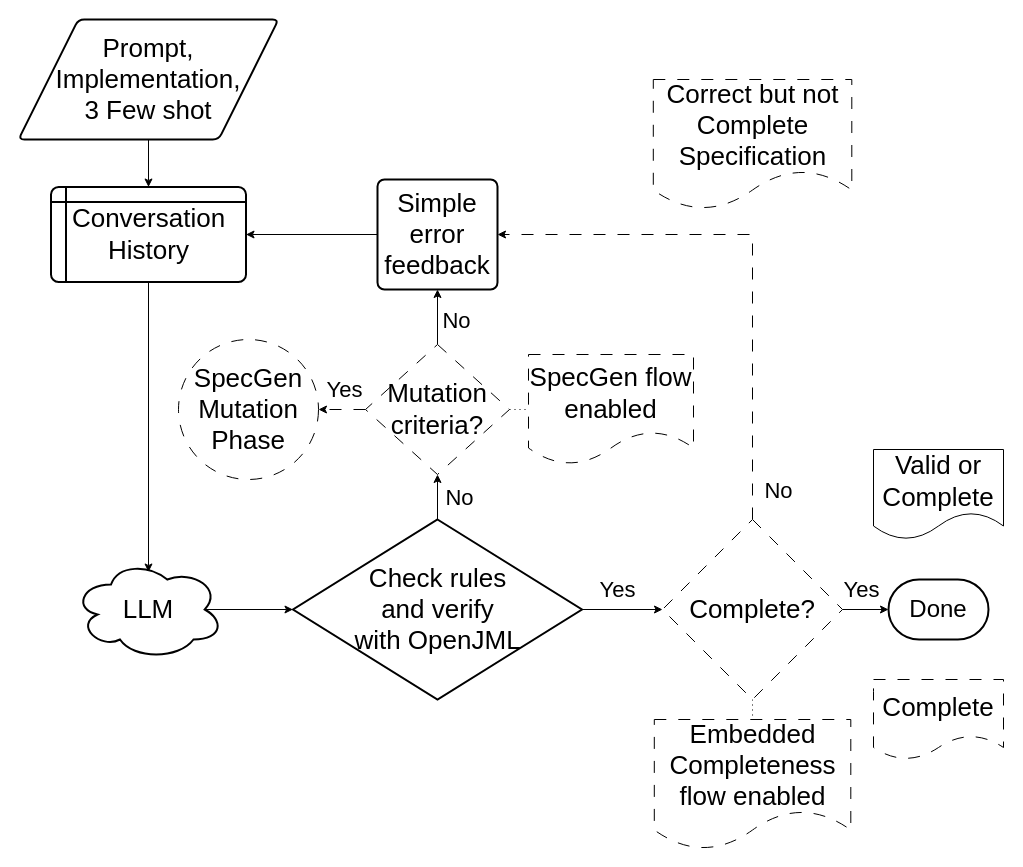
This is figures/flowcharts/Flowchart.drawio from caiovpsilveira/Postcondition-Completeness, a draw.io file, before an edit. Source tidied: cells renumbered, new cells numbered last; positions are measured from the earlier drawing's top-left corner, leaving out a move shared by most shapes. Both pictures are drawn from the tidied source at 100%, with x=0, y=0 at pixel (18, 19).
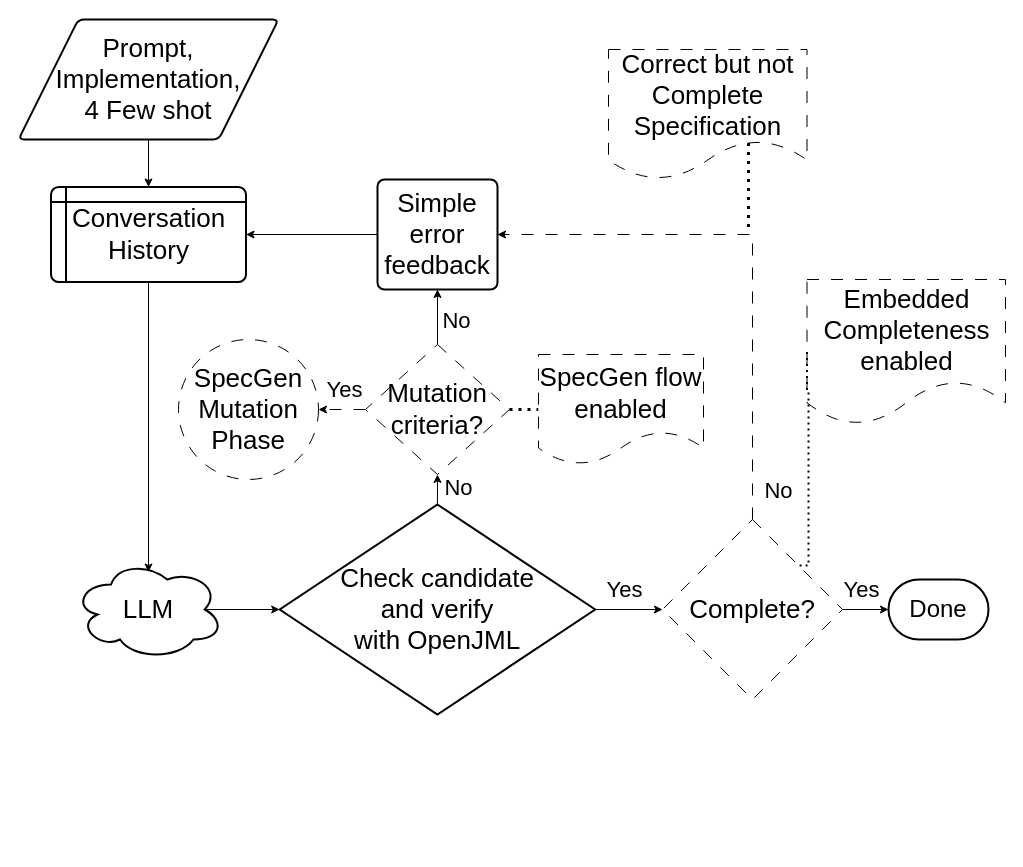
The same diagram, later.

The change refers to these unchanged cells:
```xml
<mxCell id="12" value="&lt;div&gt;&lt;font style=&quot;font-size: 26px;&quot;&gt;Mutation criteria?&lt;/font&gt;&lt;/div&gt;" style="strokeWidth=1;html=1;shape=mxgraph.flowchart.decision;whiteSpace=wrap;dashed=1;dashPattern=12 12;" parent="1" vertex="1">
  <mxGeometry x="347" y="325" width="144" height="130" as="geometry" />
</mxCell>
<mxCell id="18" value="&lt;div&gt;&lt;font style=&quot;font-size: 26px;&quot;&gt;Complete?&lt;/font&gt;&lt;/div&gt;" style="strokeWidth=1;html=1;shape=mxgraph.flowchart.decision;whiteSpace=wrap;dashed=1;dashPattern=12 12;" parent="1" vertex="1">
  <mxGeometry x="644" y="500" width="180" height="180" as="geometry" />
</mxCell>
```

What changed in the source:
```diff
@@
-    <mxCell id="3" value="&lt;div&gt;&lt;font style=&quot;font-size: 26px;&quot;&gt;Prompt,&lt;/font&gt;&lt;/div&gt;&lt;div&gt;&lt;font style=&quot;font-size: 26px;&quot;&gt;Implementation,&lt;/font&gt;&lt;/div&gt;&lt;div&gt;&lt;font style=&quot;font-size: 26px;&quot;&gt;3 Few shot&lt;/font&gt;&lt;/div&gt;" style="shape=parallelogram;html=1;strokeWidth=2;perimeter=parallelogramPerimeter;whiteSpace=wrap;rounded=1;arcSize=12;size=0.23;" parent="1" vertex="1">
+    <mxCell id="3" value="&lt;div&gt;&lt;font style=&quot;font-size: 26px;&quot;&gt;Prompt,&lt;/font&gt;&lt;/div&gt;&lt;div&gt;&lt;font style=&quot;font-size: 26px;&quot;&gt;Implementation,&lt;/font&gt;&lt;/div&gt;&lt;div&gt;&lt;font style=&quot;font-size: 26px;&quot;&gt;4 Few shot&lt;/font&gt;&lt;/div&gt;" style="shape=parallelogram;html=1;strokeWidth=2;perimeter=parallelogramPerimeter;whiteSpace=wrap;rounded=1;arcSize=12;size=0.23;" parent="1" vertex="1">
       <mxGeometry width="260" height="120" as="geometry" />
     </mxCell>
@@
-    <mxCell id="6" value="&lt;div&gt;&lt;font style=&quot;font-size: 26px;&quot;&gt;Check rules&lt;/font&gt;&lt;/div&gt;&lt;div&gt;&lt;font style=&quot;font-size: 26px;&quot;&gt;and verify&lt;/font&gt;&lt;/div&gt;&lt;div&gt;&lt;font style=&quot;font-size: 26px;&quot;&gt;with OpenJML&lt;/font&gt;&lt;/div&gt;" style="strokeWidth=2;html=1;shape=mxgraph.flowchart.decision;whiteSpace=wrap;" parent="1" vertex="1">
-      <mxGeometry x="274.5" y="500" width="289" height="180" as="geometry" />
+    <mxCell id="6" value="&lt;div&gt;&lt;font style=&quot;font-size: 26px;&quot;&gt;Check candidate&lt;/font&gt;&lt;/div&gt;&lt;div&gt;&lt;font style=&quot;font-size: 26px;&quot;&gt;and verify&lt;/font&gt;&lt;/div&gt;&lt;div&gt;&lt;font style=&quot;font-size: 26px;&quot;&gt;with OpenJML&lt;/font&gt;&lt;/div&gt;" style="strokeWidth=2;html=1;shape=mxgraph.flowchart.decision;whiteSpace=wrap;" parent="1" vertex="1">
+      <mxGeometry x="261.2" y="485" width="315.5" height="210" as="geometry" />
     </mxCell>
@@
-    <mxCell id="11" style="edgeStyle=orthogonalEdgeStyle;rounded=0;jettySize=auto;html=1;exitX=1;exitY=0.5;exitDx=0;exitDy=0;exitPerimeter=0;entryX=0;entryY=0.5;entryDx=0;entryDy=0;endArrow=none;endFill=0;dashed=1;dashPattern=1 4;" parent="1" edge="1" source="12" target="33">
+    <mxCell id="11" style="edgeStyle=orthogonalEdgeStyle;rounded=0;jettySize=auto;html=1;exitX=1;exitY=0.5;exitDx=0;exitDy=0;exitPerimeter=0;entryX=0;entryY=0.5;entryDx=0;entryDy=0;endArrow=none;endFill=0;dashed=1;dashPattern=1 2;strokeWidth=3;" parent="1" edge="1" source="12" target="33">
       <mxGeometry relative="1" as="geometry" />
     </mxCell>
@@
-    <mxCell id="17" style="edgeStyle=orthogonalEdgeStyle;rounded=0;jettySize=auto;html=1;exitX=0.5;exitY=1;exitDx=0;exitDy=0;exitPerimeter=0;entryX=0.5;entryY=0;entryDx=0;entryDy=0;endArrow=none;endFill=0;dashed=1;dashPattern=1 4;" parent="1" edge="1" source="18" target="32">
-      <mxGeometry relative="1" as="geometry" />
-    </mxCell>
@@
+    <mxCell id="34" style="edgeStyle=orthogonalEdgeStyle;rounded=0;jettySize=auto;html=1;dashed=1;dashPattern=1 2;strokeWidth=3;endArrow=none;endFill=0;exitX=0.734;exitY=0.694;exitDx=0;exitDy=0;exitPerimeter=0;" parent="1" edge="1" source="24">
+      <mxGeometry relative="1" as="geometry">
+        <mxPoint x="730" y="212.5" as="targetPoint" />
+        <Array as="points">
+          <mxPoint x="730" y="120" />
+        </Array>
+      </mxGeometry>
+    </mxCell>
     <mxCell id="24" value="&lt;div&gt;&lt;font style=&quot;font-size: 26px;&quot;&gt;&lt;br&gt;&lt;/font&gt;&lt;/div&gt;&lt;div&gt;&lt;font style=&quot;font-size: 26px;&quot;&gt;Correct but not Complete&lt;/font&gt;&lt;/div&gt;&lt;div&gt;&lt;font style=&quot;font-size: 26px;&quot;&gt;Specification&lt;/font&gt;&lt;/div&gt;&lt;div&gt;&lt;font style=&quot;font-size: 26px;&quot;&gt;&lt;br&gt;&lt;/font&gt;&lt;/div&gt;" style="shape=document;whiteSpace=wrap;html=1;boundedLbl=1;dashed=1;dashPattern=12 12;" parent="1" vertex="1">
-      <mxGeometry x="634.8" y="60" width="198.5" height="130" as="geometry" />
+      <mxGeometry x="590" y="30" width="198.5" height="130" as="geometry" />
     </mxCell>
@@
-    <mxCell id="30" value="&lt;font style=&quot;font-size: 26px;&quot;&gt;Complete&lt;/font&gt;" style="shape=document;whiteSpace=wrap;html=1;boundedLbl=1;dashed=1;dashPattern=12 12;" parent="1" vertex="1">
-      <mxGeometry x="855" y="660" width="130" height="80" as="geometry" />
-    </mxCell>
-    <mxCell id="31" value="&lt;font style=&quot;font-size: 26px;&quot;&gt;Valid or Complete&lt;/font&gt;" style="shape=document;whiteSpace=wrap;html=1;boundedLbl=1;" parent="1" vertex="1">
-      <mxGeometry x="855" y="430" width="130" height="90" as="geometry" />
-    </mxCell>
-    <mxCell id="32" value="&lt;font style=&quot;font-size: 26px;&quot;&gt;Embedded Completeness flow enabled&lt;/font&gt;" style="shape=document;whiteSpace=wrap;html=1;boundedLbl=1;dashed=1;dashPattern=12 12;" parent="1" vertex="1">
-      <mxGeometry x="635.8" y="700" width="196.5" height="130" as="geometry" />
-    </mxCell>
     <mxCell id="33" value="&lt;div&gt;&lt;font style=&quot;font-size: 26px;&quot;&gt;SpecGen flow&lt;/font&gt;&lt;/div&gt;&lt;div&gt;&lt;font style=&quot;font-size: 26px;&quot;&gt;enabled&lt;/font&gt;&lt;/div&gt;" style="shape=document;whiteSpace=wrap;html=1;boundedLbl=1;dashed=1;dashPattern=12 12;" parent="1" vertex="1">
-      <mxGeometry x="510" y="335" width="165" height="110" as="geometry" />
+      <mxGeometry x="520" y="335" width="165" height="110" as="geometry" />
     </mxCell>
+    <mxCell id="35" value="&lt;div&gt;&lt;font style=&quot;font-size: 26px;&quot;&gt;&lt;br&gt;&lt;/font&gt;&lt;/div&gt;&lt;div&gt;&lt;font style=&quot;font-size: 26px;&quot;&gt;Embedded Completeness&lt;/font&gt;&lt;/div&gt;&lt;div&gt;&lt;font style=&quot;font-size: 26px;&quot;&gt;enabled&lt;/font&gt;&lt;/div&gt;&lt;div&gt;&lt;font style=&quot;font-size: 26px;&quot;&gt;&lt;br&gt;&lt;/font&gt;&lt;/div&gt;" style="shape=document;whiteSpace=wrap;html=1;boundedLbl=1;dashed=1;dashPattern=12 12;" parent="1" vertex="1">
+      <mxGeometry x="788.5" y="260" width="198.5" height="145" as="geometry" />
+    </mxCell>
+    <mxCell id="36" style="edgeStyle=orthogonalEdgeStyle;rounded=0;jettySize=auto;html=1;exitX=0;exitY=0.5;exitDx=0;exitDy=0;entryX=0.758;entryY=0.256;entryDx=0;entryDy=0;entryPerimeter=0;dashed=1;dashPattern=1 2;strokeWidth=2;endArrow=none;endFill=0;" parent="1" edge="1" source="35" target="18">
+      <mxGeometry relative="1" as="geometry">
+        <Array as="points">
+          <mxPoint x="790" y="373" />
+          <mxPoint x="790" y="546" />
+        </Array>
+      </mxGeometry>
+    </mxCell>
```
